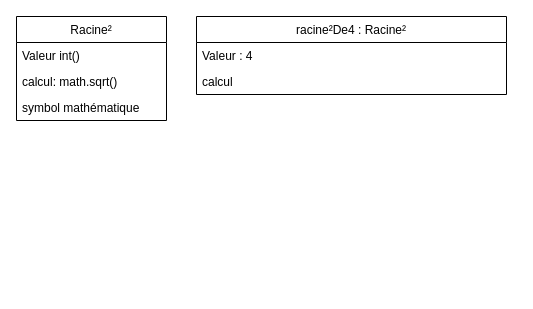
Earlier version of the draw.io diagram Diagramme sans nom.drawio (GDesplantes/ABC_2211_GD1). Source tidied: cells renumbered, new cells numbered last; positions are measured from the earlier drawing's top-left corner, leaving out a move shared by most shapes. Both pictures are drawn from the tidied source at 100%, with x=0, y=0 at pixel (16, 16).
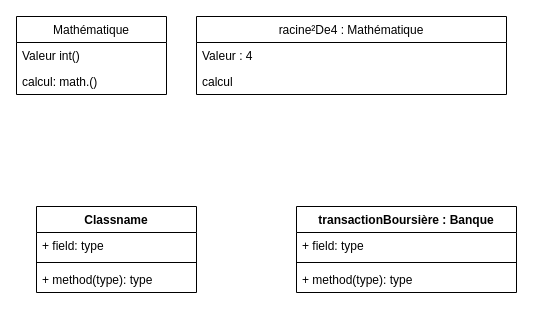
Above is the later version.

Commit message (it also covers changes not shown here):
Mettre à jour Diagramme sans nom.drawio

Change to the diagram source:
```diff
@@
 <mxGraphModel>
   <root>
     <mxCell id="0" />
     <mxCell id="1" parent="0" />
-    <mxCell id="2" value="racine²De4 : Racine²" style="swimlane;fontStyle=0;horizontal=1;startSize=26;fillColor=none;" parent="1" vertex="1">
+    <mxCell id="2" value="racine²De4 : Mathématique" style="swimlane;fontStyle=0;horizontal=1;startSize=26;fillColor=none;" parent="1" vertex="1">
       <mxGeometry x="180" width="310" height="78" as="geometry" />
     </mxCell>
     <mxCell id="3" value="Valeur : 4" style="text;strokeColor=none;fillColor=none;align=left;verticalAlign=top;spacingLeft=4;spacingRight=4;overflow=hidden;" parent="2" vertex="1">
       <mxGeometry y="26" width="310" height="26" as="geometry" />
     </mxCell>
     <mxCell id="4" value="calcul" style="text;strokeColor=none;fillColor=none;align=left;verticalAlign=top;spacingLeft=4;spacingRight=4;overflow=hidden;" parent="2" vertex="1">
       <mxGeometry y="52" width="310" height="26" as="geometry" />
     </mxCell>
-    <mxCell id="5" value="Racine²" style="swimlane;fontStyle=0;horizontal=1;startSize=26;fillColor=none;" parent="1" vertex="1">
-      <mxGeometry width="150" height="104" as="geometry" />
+    <mxCell id="5" value="Mathématique" style="swimlane;fontStyle=0;horizontal=1;startSize=26;fillColor=none;" parent="1" vertex="1">
+      <mxGeometry width="150" height="78" as="geometry" />
     </mxCell>
     <mxCell id="6" value="Valeur int()" style="text;strokeColor=none;fillColor=none;align=left;verticalAlign=top;spacingLeft=4;spacingRight=4;overflow=hidden;" parent="5" vertex="1">
       <mxGeometry y="26" width="150" height="26" as="geometry" />
     </mxCell>
-    <mxCell id="7" value="calcul: math.sqrt()" style="text;strokeColor=none;fillColor=none;align=left;verticalAlign=top;spacingLeft=4;spacingRight=4;overflow=hidden;" parent="5" vertex="1">
+    <mxCell id="7" value="calcul: math.()" style="text;strokeColor=none;fillColor=none;align=left;verticalAlign=top;spacingLeft=4;spacingRight=4;overflow=hidden;" parent="5" vertex="1">
       <mxGeometry y="52" width="150" height="26" as="geometry" />
     </mxCell>
-    <mxCell id="8" value="symbol mathématique" style="text;strokeColor=none;fillColor=none;align=left;verticalAlign=top;spacingLeft=4;spacingRight=4;overflow=hidden;" parent="5" vertex="1">
-      <mxGeometry y="78" width="150" height="26" as="geometry" />
-    </mxCell>
+    <mxCell id="9" value="Classname" style="swimlane;fontStyle=1;align=center;verticalAlign=top;horizontal=1;startSize=26;" parent="1" vertex="1">
+      <mxGeometry x="20" y="190" width="160" height="86" as="geometry" />
+    </mxCell>
+    <mxCell id="10" value="+ field: type" style="text;strokeColor=none;fillColor=none;align=left;verticalAlign=top;spacingLeft=4;spacingRight=4;overflow=hidden;" parent="9" vertex="1">
+      <mxGeometry y="26" width="160" height="26" as="geometry" />
+    </mxCell>
+    <mxCell id="11" style="line;strokeWidth=1;fillColor=none;align=left;verticalAlign=middle;spacingTop=-1;spacingLeft=3;spacingRight=3;labelPosition=right;strokeColor=inherit;" parent="9" vertex="1">
+      <mxGeometry y="52" width="160" height="8" as="geometry" />
+    </mxCell>
+    <mxCell id="12" value="+ method(type): type" style="text;strokeColor=none;fillColor=none;align=left;verticalAlign=top;spacingLeft=4;spacingRight=4;overflow=hidden;" parent="9" vertex="1">
+      <mxGeometry y="60" width="160" height="26" as="geometry" />
+    </mxCell>
+    <mxCell id="13" value="transactionBoursière : Banque" style="swimlane;fontStyle=1;align=center;verticalAlign=top;horizontal=1;startSize=26;" parent="1" vertex="1">
+      <mxGeometry x="280" y="190" width="220" height="86" as="geometry" />
+    </mxCell>
+    <mxCell id="14" value="+ field: type" style="text;strokeColor=none;fillColor=none;align=left;verticalAlign=top;spacingLeft=4;spacingRight=4;overflow=hidden;" parent="13" vertex="1">
+      <mxGeometry y="26" width="220" height="26" as="geometry" />
+    </mxCell>
+    <mxCell id="15" style="line;strokeWidth=1;fillColor=none;align=left;verticalAlign=middle;spacingTop=-1;spacingLeft=3;spacingRight=3;labelPosition=right;strokeColor=inherit;" parent="13" vertex="1">
+      <mxGeometry y="52" width="220" height="8" as="geometry" />
+    </mxCell>
+    <mxCell id="16" value="+ method(type): type" style="text;strokeColor=none;fillColor=none;align=left;verticalAlign=top;spacingLeft=4;spacingRight=4;overflow=hidden;" parent="13" vertex="1">
+      <mxGeometry y="60" width="220" height="26" as="geometry" />
+    </mxCell>
   </root>
 </mxGraphModel>
```
